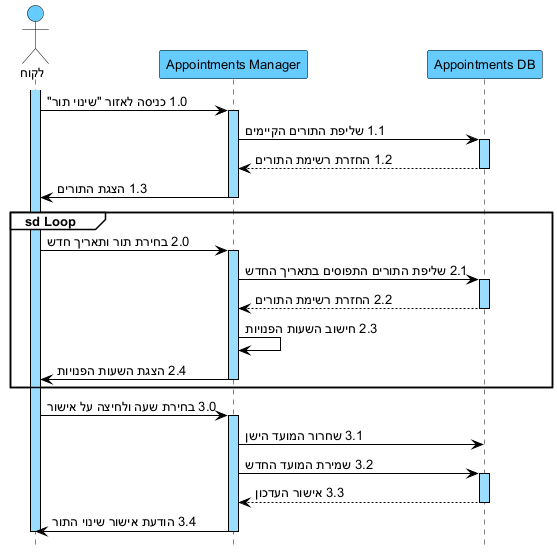
The PlantUML diagram docs/diagrams/png/05-seq-suc05-שינוי-תור.png in arielkaplan20/GOLDEN_HAIR_SALOAN, before a commit.
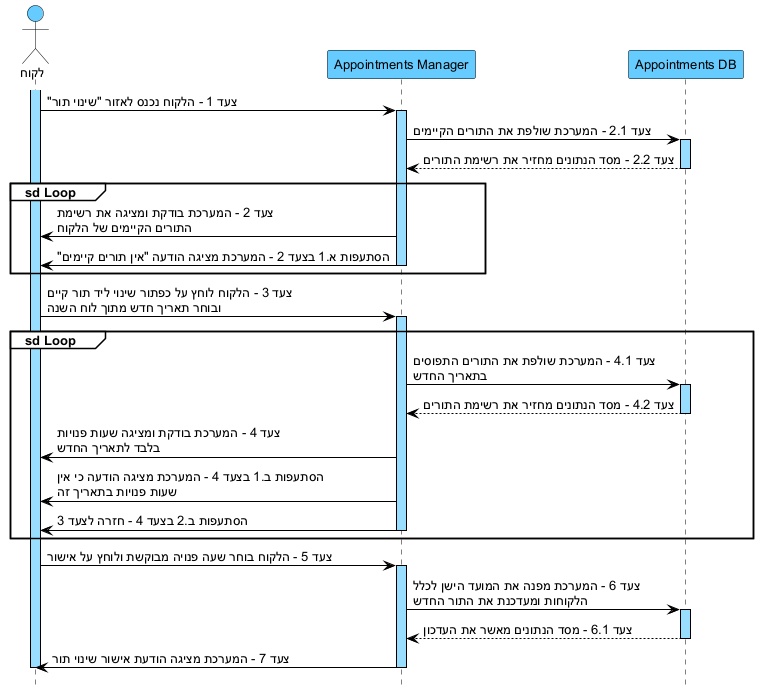
The same file after the commit.

Change to the diagram source:
```diff
@@ -24,35 +24,40 @@
 participant "Appointments DB" as DB
 
 activate C
-C -> AM : 1.0 כניסה לאזור "שינוי תור"
+C -> AM : צעד 1 - הלקוח נכנס לאזור "שינוי תור"
 activate AM
-AM -> DB : 1.1 שליפת התורים הקיימים
+AM -> DB : צעד 2.1 - המערכת שולפת את התורים הקיימים
 activate DB
-DB --> AM : 1.2 החזרת רשימת התורים
+DB --> AM : צעד 2.2 - מסד הנתונים מחזיר את רשימת התורים
 deactivate DB
-AM -> C : 1.3 הצגת התורים
-deactivate AM
 
 group sd Loop
-C -> AM : 2.0 בחירת תור ותאריך חדש
-activate AM
-AM -> DB : 2.1 שליפת התורים התפוסים בתאריך החדש
-activate DB
-DB --> AM : 2.2 החזרת רשימת התורים
-deactivate DB
-AM -> AM : 2.3 חישוב השעות הפנויות
-AM -> C : 2.4 הצגת השעות הפנויות
+AM -> C : צעד 2 - המערכת בודקת ומציגה את רשימת\nהתורים הקיימים של הלקוח
+AM -> C : הסתעפות א.1 בצעד 2 - המערכת מציגה הודעה "אין תורים קיימים"
 deactivate AM
 end
 
-C -> AM : 3.0 בחירת שעה ולחיצה על אישור
+C -> AM : צעד 3 - הלקוח לוחץ על כפתור שינוי ליד תור קיים\nובוחר תאריך חדש מתוך לוח השנה
+
+group sd Loop
 activate AM
-AM -> DB : 3.1 שחרור המועד הישן
-AM -> DB : 3.2 שמירת המועד החדש
+AM -> DB : צעד 4.1 - המערכת שולפת את התורים התפוסים\nבתאריך החדש
 activate DB
-DB --> AM : 3.3 אישור העדכון
+DB --> AM : צעד 4.2 - מסד הנתונים מחזיר את רשימת התורים
 deactivate DB
-AM -> C : 3.4 הודעת אישור שינוי התור
+AM -> C : צעד 4 - המערכת בודקת ומציגה שעות פנויות\nבלבד לתאריך החדש
+AM -> C : הסתעפות ב.1 בצעד 4 - המערכת מציגה הודעה כי אין\nשעות פנויות בתאריך זה
+AM -> C : הסתעפות ב.2 בצעד 4 - חזרה לצעד 3
+deactivate AM
+end
+
+C -> AM : צעד 5 - הלקוח בוחר שעה פנויה מבוקשת ולוחץ על אישור
+activate AM
+AM -> DB : צעד 6 - המערכת מפנה את המועד הישן לכלל\nהלקוחות ומעדכנת את התור החדש
+activate DB
+DB --> AM : צעד 6.1 - מסד הנתונים מאשר את העדכון
+deactivate DB
+AM -> C : צעד 7 - המערכת מציגה הודעת אישור שינוי תור
 deactivate AM
 deactivate C
 @enduml
```
